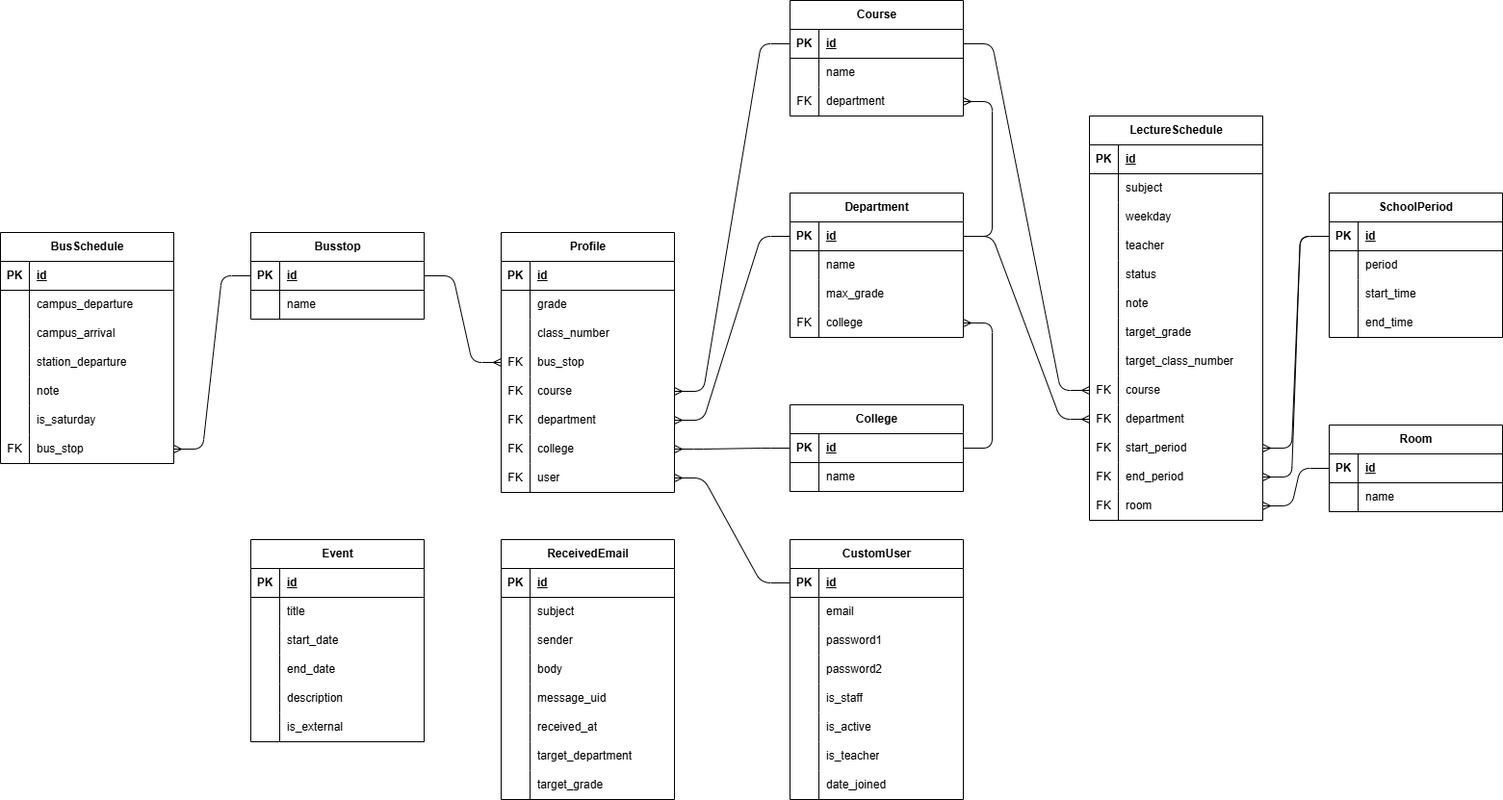
Above: docs/ER図.drawio.png in haru186f/link-plus (draw.io), before the change. Source tidied: cells renumbered, new cells last; positions are measured from the earlier drawing's top-left corner, leaving out a move shared by most shapes.
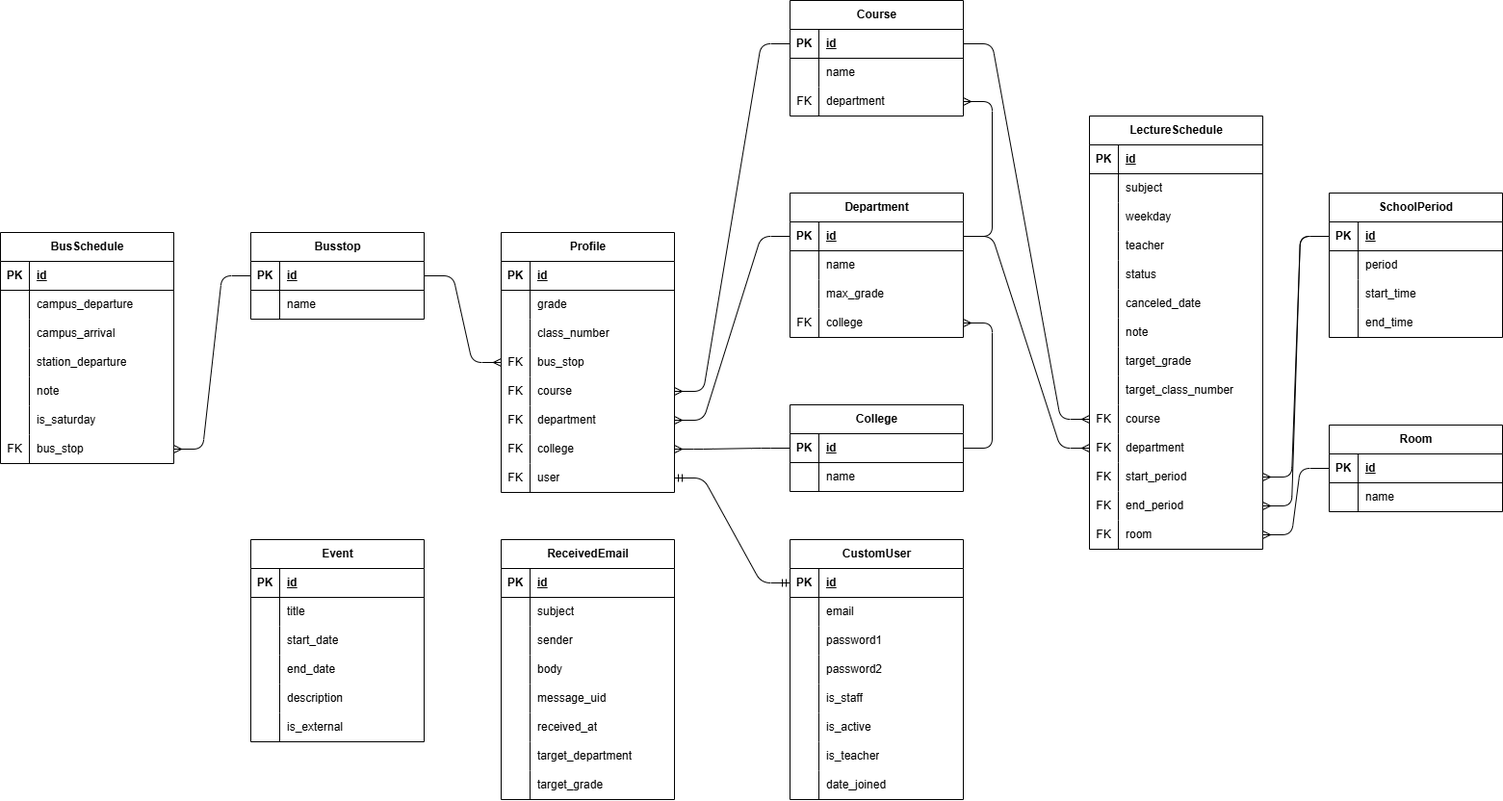
After the change.

What changed in the source:
```diff
@@ -3,7 +3,7 @@
     <mxCell id="0" />
     <mxCell id="1" parent="0" />
     <mxCell id="2" value="LectureSchedule" style="shape=table;startSize=30;rowLines=0;fontStyle=1;align=center;html=1;" parent="1" vertex="1">
-      <mxGeometry x="1131" y="120" width="180" height="420" as="geometry" />
+      <mxGeometry x="1131" y="120" width="180" height="450" as="geometry" />
     </mxCell>
     <mxCell id="3" style="shape=tableRow;horizontal=0;startSize=0;swimlaneHead=0;swimlaneBody=0;fillColor=none;top=0;left=0;right=0;bottom=1;" parent="2" vertex="1">
       <mxGeometry y="30" width="180" height="30" as="geometry" />
@@ -50,8 +50,17 @@
     <mxCell id="17" value="status" style="shape=partialRectangle;fillColor=none;top=0;left=0;bottom=0;right=0;align=left;spacingLeft=6;overflow=hidden;whiteSpace=wrap;html=1;" parent="15" vertex="1">
       <mxGeometry x="30" width="150" height="30" as="geometry" />
     </mxCell>
+    <mxCell id="228" style="shape=tableRow;horizontal=0;startSize=0;swimlaneHead=0;swimlaneBody=0;fillColor=none;top=0;left=0;right=0;bottom=0;" parent="2" vertex="1">
+      <mxGeometry y="180" width="180" height="30" as="geometry" />
+    </mxCell>
+    <mxCell id="229" style="shape=partialRectangle;fillColor=none;top=0;left=0;bottom=0;right=0;overflow=hidden;whiteSpace=wrap;html=1;" parent="228" vertex="1">
+      <mxGeometry width="30" height="30" as="geometry" />
+    </mxCell>
+    <mxCell id="230" value="canceled_date" style="shape=partialRectangle;fillColor=none;top=0;left=0;bottom=0;right=0;align=left;spacingLeft=6;overflow=hidden;whiteSpace=wrap;html=1;" parent="228" vertex="1">
+      <mxGeometry x="30" width="150" height="30" as="geometry" />
+    </mxCell>
     <mxCell id="18" style="shape=tableRow;horizontal=0;startSize=0;swimlaneHead=0;swimlaneBody=0;fillColor=none;top=0;left=0;right=0;bottom=0;" parent="2" vertex="1">
-      <mxGeometry y="180" width="180" height="30" as="geometry" />
+      <mxGeometry y="210" width="180" height="30" as="geometry" />
     </mxCell>
     <mxCell id="19" style="shape=partialRectangle;fillColor=none;top=0;left=0;bottom=0;right=0;overflow=hidden;whiteSpace=wrap;html=1;" parent="18" vertex="1">
       <mxGeometry width="30" height="30" as="geometry" />
@@ -60,7 +69,7 @@
       <mxGeometry x="30" width="150" height="30" as="geometry" />
     </mxCell>
     <mxCell id="21" style="shape=tableRow;horizontal=0;startSize=0;swimlaneHead=0;swimlaneBody=0;fillColor=none;top=0;left=0;right=0;bottom=0;" parent="2" vertex="1">
-      <mxGeometry y="210" width="180" height="30" as="geometry" />
+      <mxGeometry y="240" width="180" height="30" as="geometry" />
     </mxCell>
     <mxCell id="22" style="shape=partialRectangle;fillColor=none;top=0;left=0;bottom=0;right=0;overflow=hidden;whiteSpace=wrap;html=1;" parent="21" vertex="1">
       <mxGeometry width="30" height="30" as="geometry" />
@@ -69,7 +78,7 @@
       <mxGeometry x="30" width="150" height="30" as="geometry" />
     </mxCell>
     <mxCell id="24" style="shape=tableRow;horizontal=0;startSize=0;swimlaneHead=0;swimlaneBody=0;fillColor=none;top=0;left=0;right=0;bottom=0;" parent="2" vertex="1">
-      <mxGeometry y="240" width="180" height="30" as="geometry" />
+      <mxGeometry y="270" width="180" height="30" as="geometry" />
     </mxCell>
     <mxCell id="25" style="shape=partialRectangle;fillColor=none;top=0;left=0;bottom=0;right=0;overflow=hidden;whiteSpace=wrap;html=1;" parent="24" vertex="1">
       <mxGeometry width="30" height="30" as="geometry" />
@@ -78,7 +87,7 @@
       <mxGeometry x="30" width="150" height="30" as="geometry" />
     </mxCell>
     <mxCell id="27" style="shape=tableRow;horizontal=0;startSize=0;swimlaneHead=0;swimlaneBody=0;fillColor=none;points=[[0,0.5],[1,0.5]];portConstraint=eastwest;top=0;left=0;right=0;bottom=0;" parent="2" vertex="1">
-      <mxGeometry y="270" width="180" height="30" as="geometry" />
+      <mxGeometry y="300" width="180" height="30" as="geometry" />
     </mxCell>
     <mxCell id="28" value="FK" style="shape=partialRectangle;fillColor=none;top=0;left=0;bottom=0;right=0;overflow=hidden;whiteSpace=wrap;html=1;" parent="27" vertex="1">
       <mxGeometry width="30" height="30" as="geometry" />
@@ -87,7 +96,7 @@
       <mxGeometry x="30" width="150" height="30" as="geometry" />
     </mxCell>
     <mxCell id="30" style="shape=tableRow;horizontal=0;startSize=0;swimlaneHead=0;swimlaneBody=0;fillColor=none;points=[[0,0.5],[1,0.5]];portConstraint=eastwest;top=0;left=0;right=0;bottom=0;" parent="2" vertex="1">
-      <mxGeometry y="300" width="180" height="30" as="geometry" />
+      <mxGeometry y="330" width="180" height="30" as="geometry" />
     </mxCell>
     <mxCell id="31" value="FK" style="shape=partialRectangle;fillColor=none;top=0;left=0;bottom=0;right=0;overflow=hidden;whiteSpace=wrap;html=1;" parent="30" vertex="1">
       <mxGeometry width="30" height="30" as="geometry" />
@@ -96,7 +105,7 @@
       <mxGeometry x="30" width="150" height="30" as="geometry" />
     </mxCell>
     <mxCell id="33" style="shape=tableRow;horizontal=0;startSize=0;swimlaneHead=0;swimlaneBody=0;fillColor=none;points=[[0,0.5],[1,0.5]];portConstraint=eastwest;top=0;left=0;right=0;bottom=0;" parent="2" vertex="1">
-      <mxGeometry y="330" width="180" height="30" as="geometry" />
+      <mxGeometry y="360" width="180" height="30" as="geometry" />
     </mxCell>
     <mxCell id="34" value="FK" style="shape=partialRectangle;fillColor=none;top=0;left=0;bottom=0;right=0;overflow=hidden;whiteSpace=wrap;html=1;" parent="33" vertex="1">
       <mxGeometry width="30" height="30" as="geometry" />
@@ -105,7 +114,7 @@
       <mxGeometry x="30" width="150" height="30" as="geometry" />
     </mxCell>
     <mxCell id="36" style="shape=tableRow;horizontal=0;startSize=0;swimlaneHead=0;swimlaneBody=0;fillColor=none;points=[[0,0.5],[1,0.5]];portConstraint=eastwest;top=0;left=0;right=0;bottom=0;" parent="2" vertex="1">
-      <mxGeometry y="360" width="180" height="30" as="geometry" />
+      <mxGeometry y="390" width="180" height="30" as="geometry" />
     </mxCell>
     <mxCell id="37" value="FK" style="shape=partialRectangle;fillColor=none;top=0;left=0;bottom=0;right=0;overflow=hidden;whiteSpace=wrap;html=1;" parent="36" vertex="1">
       <mxGeometry width="30" height="30" as="geometry" />
@@ -114,7 +123,7 @@
       <mxGeometry x="30" width="150" height="30" as="geometry" />
     </mxCell>
     <mxCell id="39" style="shape=tableRow;horizontal=0;startSize=0;swimlaneHead=0;swimlaneBody=0;fillColor=none;points=[[0,0.5],[1,0.5]];portConstraint=eastwest;top=0;left=0;right=0;bottom=0;" parent="2" vertex="1">
-      <mxGeometry y="390" width="180" height="30" as="geometry" />
+      <mxGeometry y="420" width="180" height="30" as="geometry" />
     </mxCell>
     <mxCell id="40" value="FK" style="shape=partialRectangle;fillColor=none;top=0;left=0;bottom=0;right=0;overflow=hidden;whiteSpace=wrap;html=1;" parent="39" vertex="1">
       <mxGeometry width="30" height="30" as="geometry" />
@@ -455,9 +464,6 @@
     <mxCell id="152" style="edgeStyle=entityRelationEdgeStyle;fontSize=12;html=1;endArrow=ERmany;exitX=1;exitY=0.5;exitDx=0;exitDy=0;entryX=0;entryY=0.5;entryDx=0;entryDy=0;" parent="1" edge="1" source="75" target="123">
       <mxGeometry relative="1" as="geometry" />
     </mxCell>
-    <mxCell id="153" style="edgeStyle=entityRelationEdgeStyle;fontSize=12;html=1;endArrow=ERmany;exitX=0;exitY=0.5;exitDx=0;exitDy=0;entryX=1;entryY=0.5;entryDx=0;entryDy=0;" parent="1" edge="1" source="89" target="135">
-      <mxGeometry relative="1" as="geometry" />
-    </mxCell>
     <mxCell id="154" style="edgeStyle=entityRelationEdgeStyle;fontSize=12;html=1;endArrow=ERmany;exitX=1;exitY=0.5;exitDx=0;exitDy=0;entryX=1;entryY=0.5;entryDx=0;entryDy=0;" parent="1" edge="1" source="82" target="148">
       <mxGeometry relative="1" as="geometry" />
     </mxCell>
@@ -684,5 +690,8 @@
     <mxCell id="227" value="is_external" style="shape=partialRectangle;fillColor=none;top=0;left=0;bottom=0;right=0;align=left;spacingLeft=6;overflow=hidden;whiteSpace=wrap;html=1;" parent="225" vertex="1">
       <mxGeometry x="30" width="150" height="30" as="geometry" />
     </mxCell>
+    <mxCell id="231" style="edgeStyle=entityRelationEdgeStyle;fontSize=12;html=1;endArrow=ERmandOne;startArrow=ERmandOne;entryX=0;entryY=0.5;entryDx=0;entryDy=0;" parent="1" edge="1" source="135" target="89">
+      <mxGeometry relative="1" as="geometry" />
+    </mxCell>
   </root>
 </mxGraphModel>
```
